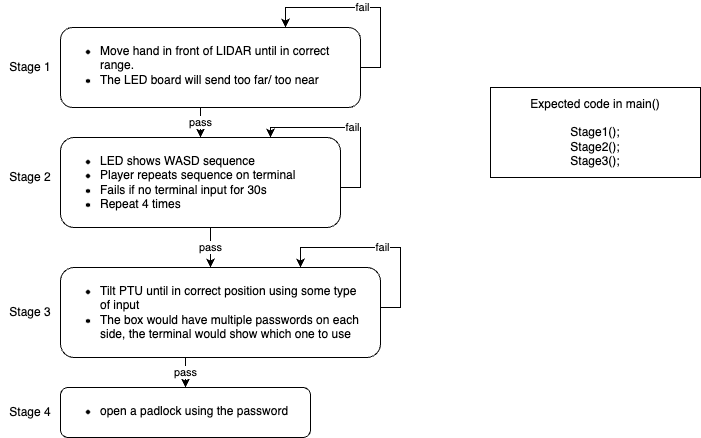
jtho4403/Escape-Room keeps this draw.io diagram as image/flowchart.png. Above is the earlier version. Source tidied: cells renumbered, new cells last; positions are measured from the earlier drawing's top-left corner, leaving out a move shared by most shapes.
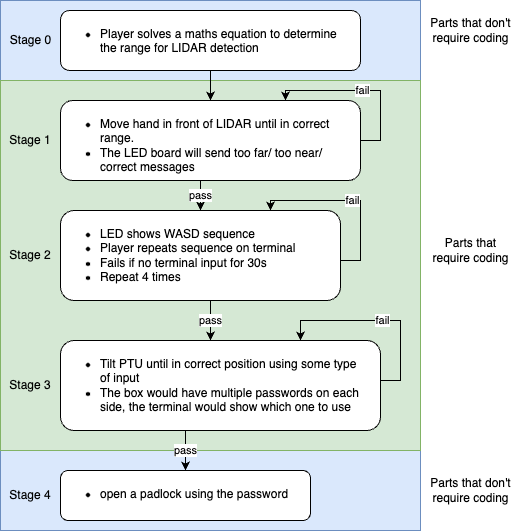
The same file after the commit.

What changed in the source:
```diff
@@ -2,6 +2,15 @@
   <root>
     <mxCell id="0" />
     <mxCell id="1" parent="0" />
+    <mxCell id="17" style="rounded=0;whiteSpace=wrap;html=1;fillColor=#dae8fc;strokeColor=#6c8ebf;" parent="1" vertex="1">
+      <mxGeometry y="-80" width="420" height="80" as="geometry" />
+    </mxCell>
+    <mxCell id="18" style="rounded=0;whiteSpace=wrap;html=1;fillColor=#dae8fc;strokeColor=#6c8ebf;" parent="1" vertex="1">
+      <mxGeometry y="370" width="420" height="80" as="geometry" />
+    </mxCell>
+    <mxCell id="19" style="rounded=0;whiteSpace=wrap;html=1;fillColor=#d5e8d4;strokeColor=#82b366;" parent="1" vertex="1">
+      <mxGeometry width="420" height="370" as="geometry" />
+    </mxCell>
     <mxCell id="2" value="pass" style="edgeStyle=orthogonalEdgeStyle;rounded=0;jettySize=auto;html=1;" parent="1" edge="1" source="3" target="8">
       <mxGeometry relative="1" as="geometry">
         <Array as="points">
@@ -10,14 +19,14 @@
         </Array>
       </mxGeometry>
     </mxCell>
-    <mxCell id="3" value="&lt;ul&gt;&lt;li&gt;Move hand in front of LIDAR until in correct range.&lt;/li&gt;&lt;li&gt;The LED board will send too far/ too near&lt;/li&gt;&lt;/ul&gt;" style="rounded=1;whiteSpace=wrap;html=1;verticalAlign=top;align=left;spacingLeft=0;spacing=0;" parent="1" vertex="1">
+    <mxCell id="3" value="&lt;ul&gt;&lt;li&gt;Move hand in front of LIDAR until in correct range.&lt;/li&gt;&lt;li&gt;The LED board will send too far/ too near/ correct messages&lt;/li&gt;&lt;/ul&gt;" style="rounded=1;whiteSpace=wrap;html=1;verticalAlign=top;align=left;spacingLeft=0;spacing=0;" parent="1" vertex="1">
       <mxGeometry x="60" y="20" width="300" height="80" as="geometry" />
     </mxCell>
     <mxCell id="4" value="Stage 1" style="text;html=1;strokeColor=none;fillColor=none;align=center;verticalAlign=middle;whiteSpace=wrap;rounded=0;" parent="1" vertex="1">
       <mxGeometry y="45" width="60" height="30" as="geometry" />
     </mxCell>
     <mxCell id="5" value="Stage 2" style="text;html=1;strokeColor=none;fillColor=none;align=center;verticalAlign=middle;whiteSpace=wrap;rounded=0;" parent="1" vertex="1">
-      <mxGeometry y="155" width="60" height="30" as="geometry" />
+      <mxGeometry y="160" width="60" height="30" as="geometry" />
     </mxCell>
     <mxCell id="6" value="fail" style="edgeStyle=orthogonalEdgeStyle;rounded=0;orthogonalLoop=1;jettySize=auto;html=1;exitX=1;exitY=0.5;exitDx=0;exitDy=0;entryX=0.75;entryY=0;entryDx=0;entryDy=0;" parent="1" edge="1" source="8" target="8">
       <mxGeometry relative="1" as="geometry">
@@ -44,8 +53,8 @@
       <mxGeometry relative="1" as="geometry">
         <Array as="points">
           <mxPoint x="380" y="60" />
-          <mxPoint x="380" />
-          <mxPoint x="285" />
+          <mxPoint x="380" y="10" />
+          <mxPoint x="285" y="10" />
         </Array>
       </mxGeometry>
     </mxCell>
@@ -74,13 +83,28 @@
       <mxGeometry x="60" y="260" width="320" height="90" as="geometry" />
     </mxCell>
     <mxCell id="14" value="&lt;ul&gt;&lt;li&gt;open a padlock using the password&lt;/li&gt;&lt;/ul&gt;" style="rounded=1;whiteSpace=wrap;html=1;verticalAlign=top;align=left;spacingLeft=0;spacing=0;spacingRight=20;" parent="1" vertex="1">
-      <mxGeometry x="60" y="380" width="250" height="50" as="geometry" />
+      <mxGeometry x="60" y="390" width="250" height="50" as="geometry" />
     </mxCell>
     <mxCell id="15" value="Stage 4" style="text;html=1;strokeColor=none;fillColor=none;align=center;verticalAlign=middle;whiteSpace=wrap;rounded=0;" parent="1" vertex="1">
-      <mxGeometry y="390" width="60" height="30" as="geometry" />
+      <mxGeometry y="400" width="60" height="30" as="geometry" />
     </mxCell>
-    <mxCell id="16" value="Expected code in main()&lt;br&gt;&lt;br&gt;Stage1();&lt;br&gt;Stage2();&lt;br&gt;Stage3();" style="whiteSpace=wrap;html=1;" parent="1" vertex="1">
-      <mxGeometry x="490" y="80" width="210" height="90" as="geometry" />
-    </mxCell>
+    <mxCell id="20" style="edgeStyle=orthogonalEdgeStyle;rounded=0;jettySize=auto;html=1;" parent="1" edge="1" source="21" target="3">
+      <mxGeometry relative="1" as="geometry" />
+    </mxCell>
+    <mxCell id="21" value="&lt;ul&gt;&lt;li&gt;Player solves a maths equation to determine the range for LIDAR detection&lt;/li&gt;&lt;/ul&gt;" style="rounded=1;whiteSpace=wrap;html=1;verticalAlign=top;align=left;spacingLeft=0;spacing=0;spacingRight=10;" parent="1" vertex="1">
+      <mxGeometry x="60" y="-70" width="300" height="60" as="geometry" />
+    </mxCell>
+    <mxCell id="22" value="Parts that &lt;br&gt;require coding" style="text;html=1;align=center;verticalAlign=middle;" parent="1" vertex="1">
+      <mxGeometry x="420" y="150" width="100" height="40" as="geometry" />
+    </mxCell>
+    <mxCell id="23" value="Parts that don't&lt;br&gt;require coding" style="text;html=1;align=center;verticalAlign=middle;" parent="1" vertex="1">
+      <mxGeometry x="420" y="390" width="100" height="40" as="geometry" />
+    </mxCell>
+    <mxCell id="24" value="Parts that don't&lt;br&gt;require coding" style="text;html=1;align=center;verticalAlign=middle;" parent="1" vertex="1">
+      <mxGeometry x="420" y="-70" width="100" height="40" as="geometry" />
+    </mxCell>
+    <mxCell id="25" value="Stage 0" style="text;html=1;align=center;verticalAlign=middle;strokeColor=none;fillColor=none;" parent="1" vertex="1">
+      <mxGeometry y="-55" width="60" height="30" as="geometry" />
+    </mxCell>
   </root>
 </mxGraphModel>
```
